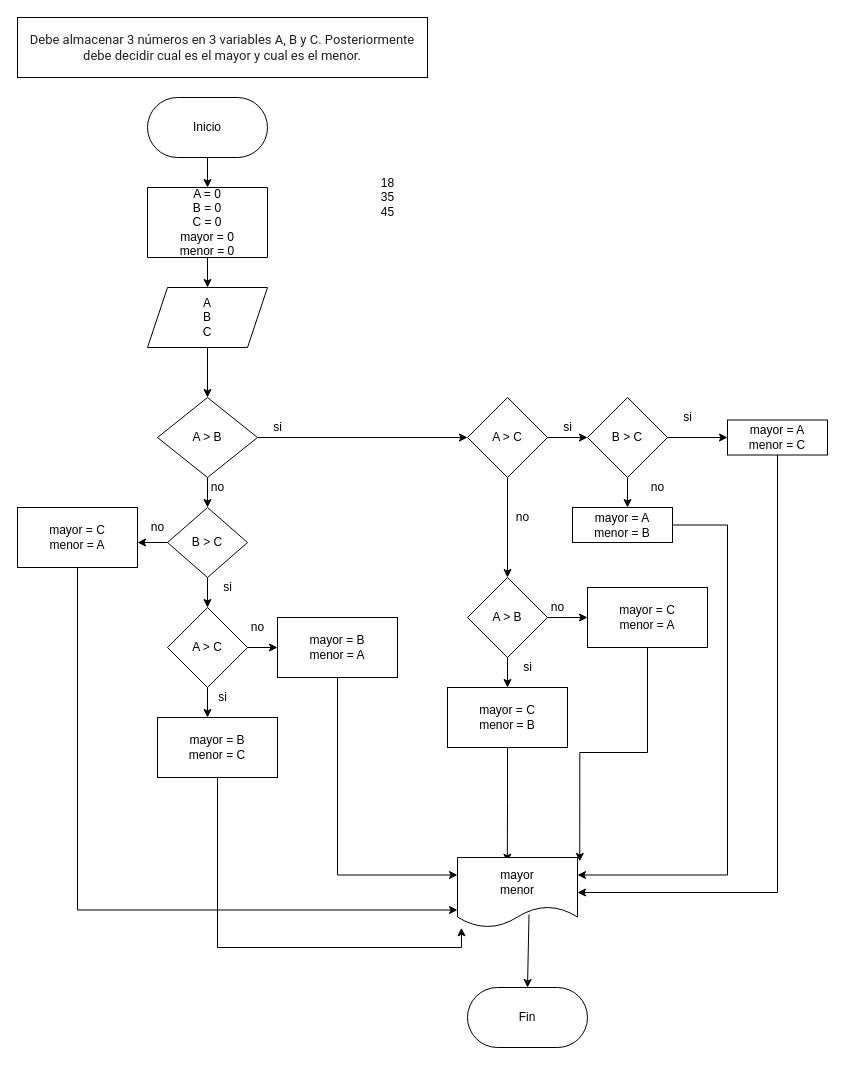
Above: page "Ejercicio 2" (2 of 5) of Intro a la programacion/Trabajo en clase/Trabajo en Clase 5-20-2021.drawio in jjarahe/React-Curso-Ucreativa (draw.io), before the change. Source tidied: cells renumbered, new cells numbered last; positions are measured from the earlier drawing's top-left corner, leaving out a move shared by most shapes. Both pictures are drawn from the tidied source at 100%, with x=0, y=0 at pixel (17, 17).
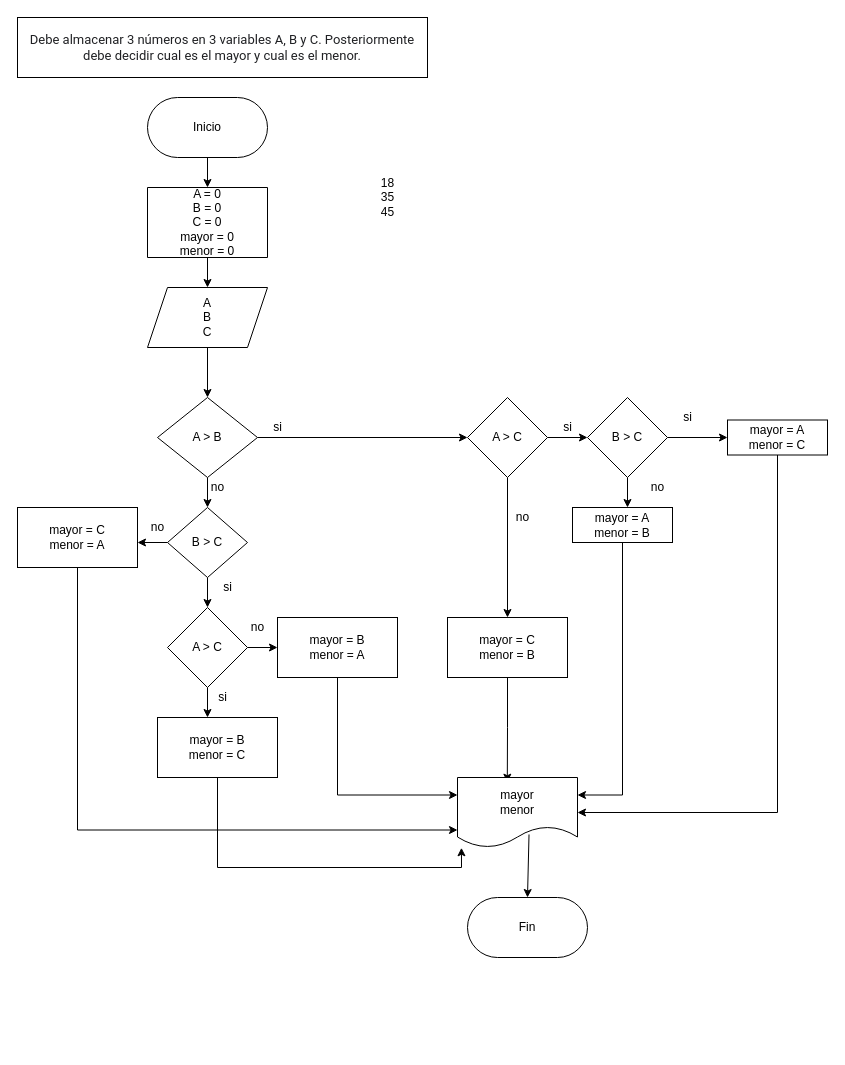
The same diagram, later.

The change refers to these unchanged cells:
```xml
<mxCell id="14" value="A &amp;gt; C" style="rhombus;whiteSpace=wrap;html=1;" parent="1" vertex="1">
  <mxGeometry x="450" y="380" width="80" height="80" as="geometry" />
</mxCell>
<mxCell id="48" value="mayor = A&lt;br&gt;menor = B" style="rounded=0;whiteSpace=wrap;html=1;" parent="1" vertex="1">
  <mxGeometry x="555" y="490" width="100" height="35" as="geometry" />
</mxCell>
```

Diff of the diagram source:
```diff
@@
-    <mxCell id="12" style="edgeStyle=orthogonalEdgeStyle;rounded=0;jettySize=auto;html=1;exitX=0.5;exitY=1;exitDx=0;exitDy=0;entryX=0.5;entryY=0;entryDx=0;entryDy=0;" parent="1" edge="1" source="14" target="24">
+    <mxCell id="12" style="edgeStyle=orthogonalEdgeStyle;rounded=0;jettySize=auto;html=1;exitX=0.5;exitY=1;exitDx=0;exitDy=0;entryX=0.5;entryY=0;entryDx=0;entryDy=0;" parent="1" edge="1" source="14" target="38">
       <mxGeometry relative="1" as="geometry" />
     </mxCell>
@@
-    <mxCell id="22" style="edgeStyle=orthogonalEdgeStyle;rounded=0;jettySize=auto;html=1;exitX=0.5;exitY=1;exitDx=0;exitDy=0;entryX=0.5;entryY=0;entryDx=0;entryDy=0;" parent="1" edge="1" source="24" target="38">
-      <mxGeometry relative="1" as="geometry" />
-    </mxCell>
-    <mxCell id="23" style="edgeStyle=orthogonalEdgeStyle;rounded=0;jettySize=auto;html=1;exitX=1;exitY=0.5;exitDx=0;exitDy=0;entryX=0;entryY=0.5;entryDx=0;entryDy=0;" parent="1" edge="1" source="24" target="40">
-      <mxGeometry relative="1" as="geometry" />
-    </mxCell>
-    <mxCell id="24" value="A &amp;gt; B" style="rhombus;whiteSpace=wrap;html=1;" parent="1" vertex="1">
-      <mxGeometry x="450" y="560" width="80" height="80" as="geometry" />
-    </mxCell>
@@
-    <mxCell id="36" value="si" style="text;html=1;align=center;verticalAlign=middle;" parent="1" vertex="1">
-      <mxGeometry x="500" y="640" width="20" height="20" as="geometry" />
-    </mxCell>
@@
     <mxCell id="38" value="mayor = C&lt;br&gt;menor = B" style="rounded=0;whiteSpace=wrap;html=1;" parent="1" vertex="1">
-      <mxGeometry x="430" y="670" width="120" height="60" as="geometry" />
+      <mxGeometry x="430" y="600" width="120" height="60" as="geometry" />
     </mxCell>
-    <mxCell id="39" style="edgeStyle=orthogonalEdgeStyle;rounded=0;jettySize=auto;html=1;exitX=0.5;exitY=1;exitDx=0;exitDy=0;entryX=1.019;entryY=0.056;entryDx=0;entryDy=0;entryPerimeter=0;" parent="1" edge="1" source="40" target="50">
-      <mxGeometry relative="1" as="geometry" />
-    </mxCell>
-    <mxCell id="40" value="mayor = C&lt;br&gt;menor = A" style="rounded=0;whiteSpace=wrap;html=1;" parent="1" vertex="1">
-      <mxGeometry x="570" y="570" width="120" height="60" as="geometry" />
-    </mxCell>
-    <mxCell id="41" value="no" style="text;html=1;align=center;verticalAlign=middle;" parent="1" vertex="1">
-      <mxGeometry x="525" y="580" width="30" height="20" as="geometry" />
-    </mxCell>
@@
-    <mxCell id="47" style="edgeStyle=orthogonalEdgeStyle;rounded=0;jettySize=auto;html=1;exitX=1;exitY=0.5;exitDx=0;exitDy=0;entryX=1;entryY=0.25;entryDx=0;entryDy=0;" parent="1" edge="1" source="48" target="50">
-      <mxGeometry relative="1" as="geometry">
-        <Array as="points">
-          <mxPoint x="710" y="508" />
-          <mxPoint x="710" y="858" />
-        </Array>
-      </mxGeometry>
+    <mxCell id="47" style="edgeStyle=orthogonalEdgeStyle;rounded=0;jettySize=auto;html=1;exitX=0.5;exitY=1;exitDx=0;exitDy=0;entryX=1;entryY=0.25;entryDx=0;entryDy=0;" parent="1" edge="1" source="48" target="50">
+      <mxGeometry relative="1" as="geometry" />
     </mxCell>
@@
     <mxCell id="50" value="mayor&lt;br&gt;menor" style="shape=document;whiteSpace=wrap;html=1;boundedLbl=1;" parent="1" vertex="1">
-      <mxGeometry x="440" y="840" width="120" height="70" as="geometry" />
+      <mxGeometry x="440" y="760" width="120" height="70" as="geometry" />
     </mxCell>
     <mxCell id="51" value="Fin" style="rounded=1;whiteSpace=wrap;html=1;arcSize=50;" parent="1" vertex="1">
-      <mxGeometry x="450" y="970" width="120" height="60" as="geometry" />
+      <mxGeometry x="450" y="880" width="120" height="60" as="geometry" />
     </mxCell>
```
